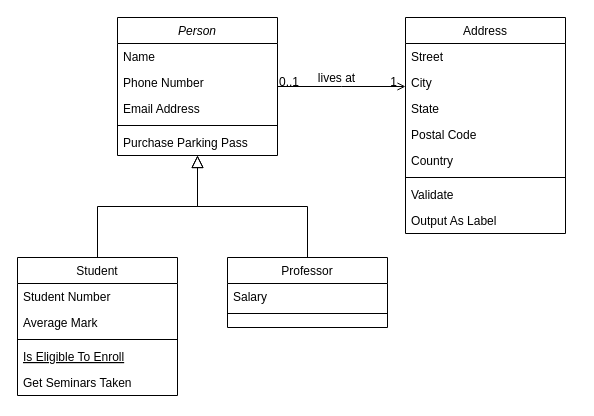
This is Untitled Diagram.drawio from alsyanvma/web, a draw.io file, before an edit. Source tidied: cells renumbered, new cells numbered last; positions are measured from the earlier drawing's top-left corner, leaving out a move shared by most shapes. Both pictures are drawn from the tidied source at 100%, with x=0, y=0 at pixel (17, 17).
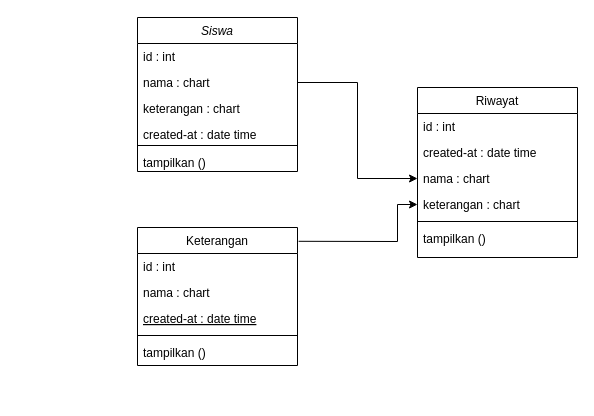
The same page after the edit.

Commit message:
class-diagradrawio

Diff of the diagram source:
```diff
@@
-    <mxCell id="2" value="Person" style="swimlane;fontStyle=2;align=center;verticalAlign=top;horizontal=1;startSize=26;rounded=0;shadow=0;strokeWidth=1;" parent="1" vertex="1">
-      <mxGeometry x="100" width="160" height="138" as="geometry" />
+    <mxCell id="2" value="Siswa" style="swimlane;fontStyle=2;align=center;verticalAlign=top;horizontal=1;startSize=26;rounded=0;shadow=0;strokeWidth=1;" parent="1" vertex="1">
+      <mxGeometry x="120" width="160" height="154" as="geometry" />
     </mxCell>
-    <mxCell id="3" value="Name" style="text;align=left;verticalAlign=top;spacingLeft=4;spacingRight=4;overflow=hidden;" parent="2" vertex="1">
+    <mxCell id="3" value="id : int" style="text;align=left;verticalAlign=top;spacingLeft=4;spacingRight=4;overflow=hidden;" parent="2" vertex="1">
       <mxGeometry y="26" width="160" height="26" as="geometry" />
     </mxCell>
-    <mxCell id="4" value="Phone Number" style="text;align=left;verticalAlign=top;spacingLeft=4;spacingRight=4;overflow=hidden;points=[[0,0.5],[1,0.5]];portConstraint=eastwest;rounded=0;shadow=0;html=0;" parent="2" vertex="1">
+    <mxCell id="4" value="nama : chart" style="text;align=left;verticalAlign=top;spacingLeft=4;spacingRight=4;overflow=hidden;points=[[0,0.5],[1,0.5]];portConstraint=eastwest;rounded=0;shadow=0;html=0;" parent="2" vertex="1">
       <mxGeometry y="52" width="160" height="26" as="geometry" />
     </mxCell>
-    <mxCell id="5" value="Email Address" style="text;align=left;verticalAlign=top;spacingLeft=4;spacingRight=4;overflow=hidden;rounded=0;shadow=0;html=0;" parent="2" vertex="1">
+    <mxCell id="5" value="keterangan : chart" style="text;align=left;verticalAlign=top;spacingLeft=4;spacingRight=4;overflow=hidden;rounded=0;shadow=0;html=0;" parent="2" vertex="1">
       <mxGeometry y="78" width="160" height="26" as="geometry" />
     </mxCell>
+    <mxCell id="7" value="created-at : date time" style="text;align=left;verticalAlign=top;spacingLeft=4;spacingRight=4;overflow=hidden;" parent="2" vertex="1">
+      <mxGeometry y="104" width="160" height="20" as="geometry" />
+    </mxCell>
     <mxCell id="6" style="line;html=1;strokeWidth=1;align=left;verticalAlign=middle;spacingTop=-1;spacingLeft=3;spacingRight=3;labelPosition=right;" parent="2" vertex="1">
-      <mxGeometry y="104" width="160" height="8" as="geometry" />
+      <mxGeometry y="124" width="160" height="8" as="geometry" />
     </mxCell>
-    <mxCell id="7" value="Purchase Parking Pass" style="text;align=left;verticalAlign=top;spacingLeft=4;spacingRight=4;overflow=hidden;" parent="2" vertex="1">
-      <mxGeometry y="112" width="160" height="26" as="geometry" />
-    </mxCell>
+    <mxCell id="32" value="tampilkan ()" style="text;align=left;verticalAlign=top;spacingLeft=4;spacingRight=4;overflow=hidden;" parent="2" vertex="1">
+      <mxGeometry y="132" width="160" height="22" as="geometry" />
+    </mxCell>
-    <mxCell id="8" value="Student" style="swimlane;fontStyle=0;align=center;verticalAlign=top;horizontal=1;startSize=26;rounded=0;shadow=0;strokeWidth=1;" parent="1" vertex="1">
-      <mxGeometry y="240" width="160" height="138" as="geometry" />
+    <mxCell id="8" value="Keterangan" style="swimlane;fontStyle=0;align=center;verticalAlign=top;horizontal=1;startSize=26;rounded=0;shadow=0;strokeWidth=1;" parent="1" vertex="1">
+      <mxGeometry x="120" y="210" width="160" height="138" as="geometry" />
     </mxCell>
-    <mxCell id="9" value="Student Number" style="text;align=left;verticalAlign=top;spacingLeft=4;spacingRight=4;overflow=hidden;" parent="8" vertex="1">
+    <mxCell id="9" value="id : int" style="text;align=left;verticalAlign=top;spacingLeft=4;spacingRight=4;overflow=hidden;" parent="8" vertex="1">
       <mxGeometry y="26" width="160" height="26" as="geometry" />
     </mxCell>
-    <mxCell id="10" value="Average Mark" style="text;align=left;verticalAlign=top;spacingLeft=4;spacingRight=4;overflow=hidden;rounded=0;shadow=0;html=0;" parent="8" vertex="1">
+    <mxCell id="10" value="nama : chart" style="text;align=left;verticalAlign=top;spacingLeft=4;spacingRight=4;overflow=hidden;rounded=0;shadow=0;html=0;" parent="8" vertex="1">
       <mxGeometry y="52" width="160" height="26" as="geometry" />
     </mxCell>
+    <mxCell id="12" value="created-at : date time" style="text;align=left;verticalAlign=top;spacingLeft=4;spacingRight=4;overflow=hidden;fontStyle=4;" parent="8" vertex="1">
+      <mxGeometry y="78" width="160" height="26" as="geometry" />
+    </mxCell>
     <mxCell id="11" style="line;html=1;strokeWidth=1;align=left;verticalAlign=middle;spacingTop=-1;spacingLeft=3;spacingRight=3;labelPosition=right;" parent="8" vertex="1">
-      <mxGeometry y="78" width="160" height="8" as="geometry" />
+      <mxGeometry y="104" width="160" height="8" as="geometry" />
     </mxCell>
-    <mxCell id="12" value="Is Eligible To Enroll" style="text;align=left;verticalAlign=top;spacingLeft=4;spacingRight=4;overflow=hidden;fontStyle=4;" parent="8" vertex="1">
-      <mxGeometry y="86" width="160" height="26" as="geometry" />
-    </mxCell>
-    <mxCell id="13" value="Get Seminars Taken" style="text;align=left;verticalAlign=top;spacingLeft=4;spacingRight=4;overflow=hidden;" parent="8" vertex="1">
+    <mxCell id="13" value="tampilkan ()" style="text;align=left;verticalAlign=top;spacingLeft=4;spacingRight=4;overflow=hidden;" parent="8" vertex="1">
       <mxGeometry y="112" width="160" height="26" as="geometry" />
     </mxCell>
-    <mxCell id="14" style="endArrow=block;endSize=10;endFill=0;shadow=0;strokeWidth=1;rounded=0;curved=0;edgeStyle=elbowEdgeStyle;elbow=vertical;" parent="1" edge="1" source="8" target="2">
-      <mxGeometry relative="1" as="geometry" />
-    </mxCell>
-    <mxCell id="15" value="Professor" style="swimlane;fontStyle=0;align=center;verticalAlign=top;horizontal=1;startSize=26;rounded=0;shadow=0;strokeWidth=1;" parent="1" vertex="1">
-      <mxGeometry x="210" y="240" width="160" height="70" as="geometry" />
-    </mxCell>
-    <mxCell id="16" value="Salary" style="text;align=left;verticalAlign=top;spacingLeft=4;spacingRight=4;overflow=hidden;" parent="15" vertex="1">
-      <mxGeometry y="26" width="160" height="26" as="geometry" />
-    </mxCell>
-    <mxCell id="17" style="line;html=1;strokeWidth=1;align=left;verticalAlign=middle;spacingTop=-1;spacingLeft=3;spacingRight=3;labelPosition=right;" parent="15" vertex="1">
-      <mxGeometry y="52" width="160" height="8" as="geometry" />
-    </mxCell>
-    <mxCell id="18" style="endArrow=block;endSize=10;endFill=0;shadow=0;strokeWidth=1;rounded=0;curved=0;edgeStyle=elbowEdgeStyle;elbow=vertical;" parent="1" edge="1" source="15" target="2">
-      <mxGeometry relative="1" as="geometry" />
-    </mxCell>
-    <mxCell id="19" value="Address" style="swimlane;fontStyle=0;align=center;verticalAlign=top;horizontal=1;startSize=26;rounded=0;shadow=0;strokeWidth=1;" parent="1" vertex="1">
-      <mxGeometry x="388" width="160" height="216" as="geometry" />
+    <mxCell id="19" value="Riwayat" style="swimlane;fontStyle=0;align=center;verticalAlign=top;horizontal=1;startSize=26;rounded=0;shadow=0;strokeWidth=1;" parent="1" vertex="1">
+      <mxGeometry x="400" y="70" width="160" height="170" as="geometry" />
     </mxCell>
-    <mxCell id="20" value="Street" style="text;align=left;verticalAlign=top;spacingLeft=4;spacingRight=4;overflow=hidden;" parent="19" vertex="1">
+    <mxCell id="20" value="id : int" style="text;align=left;verticalAlign=top;spacingLeft=4;spacingRight=4;overflow=hidden;" parent="19" vertex="1">
       <mxGeometry y="26" width="160" height="26" as="geometry" />
     </mxCell>
-    <mxCell id="21" value="City" style="text;align=left;verticalAlign=top;spacingLeft=4;spacingRight=4;overflow=hidden;rounded=0;shadow=0;html=0;" parent="19" vertex="1">
+    <mxCell id="21" value="created-at : date time" style="text;align=left;verticalAlign=top;spacingLeft=4;spacingRight=4;overflow=hidden;rounded=0;shadow=0;html=0;" parent="19" vertex="1">
       <mxGeometry y="52" width="160" height="26" as="geometry" />
     </mxCell>
-    <mxCell id="22" value="State" style="text;align=left;verticalAlign=top;spacingLeft=4;spacingRight=4;overflow=hidden;points=[[0,0.5],[1,0.5]];portConstraint=eastwest;rounded=0;shadow=0;html=0;" parent="19" vertex="1">
+    <mxCell id="22" value="nama : chart" style="text;align=left;verticalAlign=top;spacingLeft=4;spacingRight=4;overflow=hidden;points=[[0,0.5],[1,0.5]];portConstraint=eastwest;rounded=0;shadow=0;html=0;" parent="19" vertex="1">
       <mxGeometry y="78" width="160" height="26" as="geometry" />
     </mxCell>
-    <mxCell id="23" value="Postal Code" style="text;align=left;verticalAlign=top;spacingLeft=4;spacingRight=4;overflow=hidden;points=[[0,0.5],[1,0.5]];portConstraint=eastwest;rounded=0;shadow=0;html=0;" parent="19" vertex="1">
+    <mxCell id="23" value="keterangan : chart" style="text;align=left;verticalAlign=top;spacingLeft=4;spacingRight=4;overflow=hidden;points=[[0,0.5],[1,0.5]];portConstraint=eastwest;rounded=0;shadow=0;html=0;" parent="19" vertex="1">
       <mxGeometry y="104" width="160" height="26" as="geometry" />
     </mxCell>
-    <mxCell id="24" value="Country" style="text;align=left;verticalAlign=top;spacingLeft=4;spacingRight=4;overflow=hidden;rounded=0;shadow=0;html=0;" parent="19" vertex="1">
-      <mxGeometry y="130" width="160" height="26" as="geometry" />
-    </mxCell>
     <mxCell id="25" style="line;html=1;strokeWidth=1;align=left;verticalAlign=middle;spacingTop=-1;spacingLeft=3;spacingRight=3;labelPosition=right;" parent="19" vertex="1">
-      <mxGeometry y="156" width="160" height="8" as="geometry" />
+      <mxGeometry y="130" width="160" height="8" as="geometry" />
     </mxCell>
-    <mxCell id="26" value="Validate" style="text;align=left;verticalAlign=top;spacingLeft=4;spacingRight=4;overflow=hidden;" parent="19" vertex="1">
-      <mxGeometry y="164" width="160" height="26" as="geometry" />
+    <mxCell id="26" value="tampilkan ()" style="text;align=left;verticalAlign=top;spacingLeft=4;spacingRight=4;overflow=hidden;" parent="19" vertex="1">
+      <mxGeometry y="138" width="160" height="26" as="geometry" />
     </mxCell>
-    <mxCell id="27" value="Output As Label" style="text;align=left;verticalAlign=top;spacingLeft=4;spacingRight=4;overflow=hidden;" parent="19" vertex="1">
-      <mxGeometry y="190" width="160" height="26" as="geometry" />
-    </mxCell>
-    <mxCell id="28" style="endArrow=open;shadow=0;strokeWidth=1;rounded=0;curved=0;endFill=1;edgeStyle=elbowEdgeStyle;elbow=vertical;" parent="1" edge="1" source="2" target="19">
-      <mxGeometry x="0.5" y="41" relative="1" as="geometry">
-        <mxPoint x="-40" y="32" as="offset" />
-      </mxGeometry>
-    </mxCell>
-    <mxCell id="29" value="0..1" style="align=left;verticalAlign=bottom;labelBackgroundColor=none;fontSize=12;" parent="28" vertex="1">
-      <mxGeometry x="-1" relative="1" as="geometry">
-        <mxPoint y="4" as="offset" />
-      </mxGeometry>
-    </mxCell>
-    <mxCell id="30" value="1" style="align=right;verticalAlign=bottom;labelBackgroundColor=none;fontSize=12;" parent="28" vertex="1">
-      <mxGeometry x="1" relative="1" as="geometry">
-        <mxPoint x="-7" y="4" as="offset" />
-      </mxGeometry>
-    </mxCell>
-    <mxCell id="31" value="lives at" style="text;html=1;align=center;verticalAlign=middle;labelBackgroundColor=none;rounded=0;shadow=0;strokeWidth=1;fontSize=12;" parent="28" vertex="1">
-      <mxGeometry x="0.5" y="49" relative="1" as="geometry">
-        <mxPoint x="-38" y="40" as="offset" />
-      </mxGeometry>
-    </mxCell>
+    <mxCell id="33" style="edgeStyle=orthogonalEdgeStyle;rounded=0;jettySize=auto;html=1;exitX=1;exitY=0.5;exitDx=0;exitDy=0;entryX=0;entryY=0.5;entryDx=0;entryDy=0;" parent="1" edge="1" source="4" target="22">
+      <mxGeometry relative="1" as="geometry" />
+    </mxCell>
+    <mxCell id="34" style="endArrow=classic;html=1;rounded=0;entryX=0;entryY=0.5;entryDx=0;entryDy=0;exitX=1.007;exitY=0.1;exitDx=0;exitDy=0;exitPerimeter=0;" parent="1" edge="1" source="8" target="23">
+      <mxGeometry relative="1" as="geometry">
+        <Array as="points">
+          <mxPoint x="380" y="224" />
+          <mxPoint x="380" y="187" />
+        </Array>
+      </mxGeometry>
+    </mxCell>
```
